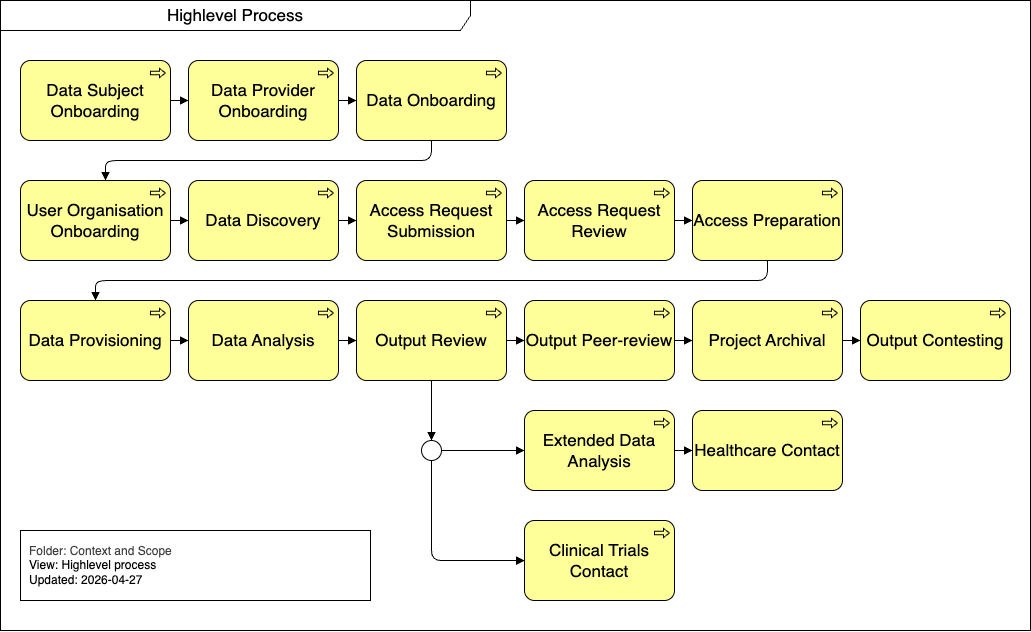
This is docs/assets/highlevel_process.drawio.png from GenomicDataInfrastructure/oneplusmg-reference-architecture, a draw.io export, as it was before one commit. Source tidied: cells renumbered, new cells last; positions are measured from the earlier drawing's top-left corner, leaving out a move shared by most shapes. Its diagram source:
```xml
<mxGraphModel>
  <root>
    <mxCell id="0" />
    <mxCell id="1" parent="0" />
    <mxCell id="2" value="Highlevel Process" style="shape=umlFrame;whiteSpace=wrap;html=1;width=470;fontSize=17;height=30;swimlaneFillColor=#FFFFFF;" parent="1" vertex="1">
      <mxGeometry width="1030" height="630" as="geometry" />
    </mxCell>
    <mxCell id="3" style="edgeStyle=orthogonalEdgeStyle;html=1;jumpStyle=gap;endArrow=block;endFill=1;dashed=1;dashPattern=8 8;" parent="2" edge="1">
      <mxGeometry relative="1" as="geometry">
        <mxPoint x="225" y="127.5" as="targetPoint" />
      </mxGeometry>
    </mxCell>
    <mxCell id="4" style="edgeStyle=orthogonalEdgeStyle;html=1;jumpStyle=gap;endArrow=block;endFill=1;dashed=1;dashPattern=8 8;" parent="2" edge="1">
      <mxGeometry relative="1" as="geometry">
        <mxPoint x="930" y="250.1" as="sourcePoint" />
        <Array as="points">
          <mxPoint x="960" y="250" />
          <mxPoint x="960" y="250" />
        </Array>
      </mxGeometry>
    </mxCell>
    <mxCell id="5" value="&lt;span style=&quot;color: rgb(63, 63, 63); background-color: transparent;&quot;&gt;Folder: Context and Scope&lt;/span&gt;&lt;div&gt;View: Highlevel process&lt;/div&gt;&lt;div&gt;Updated: 2026-04-27&lt;/div&gt;" style="rounded=0;whiteSpace=wrap;html=1;align=left;spacing=9;" parent="2" vertex="1">
      <mxGeometry x="20" y="530" width="350" height="70" as="geometry" />
    </mxCell>
    <mxCell id="6" style="edgeStyle=none;html=1;endArrow=block;endFill=1;" parent="2" edge="1" source="7" target="9">
      <mxGeometry relative="1" as="geometry" />
    </mxCell>
    <mxCell id="7" value="&lt;span style=&quot;color: rgb(0, 0, 0);&quot;&gt;Data Subject Onboarding&lt;/span&gt;" style="html=1;outlineConnect=0;whiteSpace=wrap;fillColor=#ffff99;shape=mxgraph.archimate3.application;appType=proc;archiType=rounded;fontSize=17;" parent="2" vertex="1">
      <mxGeometry x="20" y="60" width="150" height="80" as="geometry" />
    </mxCell>
    <mxCell id="8" style="edgeStyle=none;html=1;endArrow=block;endFill=1;" parent="2" edge="1" source="9" target="10">
      <mxGeometry relative="1" as="geometry" />
    </mxCell>
    <mxCell id="9" value="&lt;span style=&quot;color: rgb(0, 0, 0);&quot;&gt;Data Provider Onboarding&lt;/span&gt;" style="html=1;outlineConnect=0;whiteSpace=wrap;fillColor=#ffff99;shape=mxgraph.archimate3.application;appType=proc;archiType=rounded;fontSize=17;" parent="2" vertex="1">
      <mxGeometry x="188" y="60" width="150" height="80" as="geometry" />
    </mxCell>
    <mxCell id="10" value="&lt;span style=&quot;color: rgb(0, 0, 0);&quot;&gt;Data Onboarding&lt;/span&gt;" style="html=1;outlineConnect=0;whiteSpace=wrap;fillColor=#ffff99;shape=mxgraph.archimate3.application;appType=proc;archiType=rounded;fontSize=17;" parent="2" vertex="1">
      <mxGeometry x="356" y="60" width="150" height="80" as="geometry" />
    </mxCell>
    <mxCell id="11" style="edgeStyle=none;html=1;endArrow=block;endFill=1;" parent="2" edge="1" source="12" target="14">
      <mxGeometry relative="1" as="geometry" />
    </mxCell>
    <mxCell id="12" value="&lt;span style=&quot;color: rgb(0, 0, 0);&quot;&gt;User Organisation Onboarding&lt;/span&gt;" style="html=1;outlineConnect=0;whiteSpace=wrap;fillColor=#ffff99;shape=mxgraph.archimate3.application;appType=proc;archiType=rounded;fontSize=17;" parent="2" vertex="1">
      <mxGeometry x="20" y="180" width="150" height="80" as="geometry" />
    </mxCell>
    <mxCell id="13" style="edgeStyle=none;html=1;endArrow=block;endFill=1;" parent="2" edge="1" source="14" target="16">
      <mxGeometry relative="1" as="geometry" />
    </mxCell>
    <mxCell id="14" value="&lt;span style=&quot;color: rgb(0, 0, 0);&quot;&gt;Data Discovery&lt;/span&gt;" style="html=1;outlineConnect=0;whiteSpace=wrap;fillColor=#ffff99;shape=mxgraph.archimate3.application;appType=proc;archiType=rounded;fontSize=17;" parent="2" vertex="1">
      <mxGeometry x="188" y="180" width="150" height="80" as="geometry" />
    </mxCell>
    <mxCell id="15" style="edgeStyle=none;html=1;endArrow=block;endFill=1;" parent="2" edge="1" source="16" target="18">
      <mxGeometry relative="1" as="geometry" />
    </mxCell>
    <mxCell id="16" value="&lt;span style=&quot;color: rgb(0, 0, 0);&quot;&gt;Access Request Submission&lt;/span&gt;" style="html=1;outlineConnect=0;whiteSpace=wrap;fillColor=#ffff99;shape=mxgraph.archimate3.application;appType=proc;archiType=rounded;fontSize=17;" parent="2" vertex="1">
      <mxGeometry x="356" y="180" width="150" height="80" as="geometry" />
    </mxCell>
    <mxCell id="17" style="edgeStyle=none;html=1;endArrow=block;endFill=1;" parent="2" edge="1" source="18" target="20">
      <mxGeometry relative="1" as="geometry" />
    </mxCell>
    <mxCell id="18" value="&lt;span style=&quot;color: rgb(0, 0, 0);&quot;&gt;Access Request Review&lt;/span&gt;" style="html=1;outlineConnect=0;whiteSpace=wrap;fillColor=#ffff99;shape=mxgraph.archimate3.application;appType=proc;archiType=rounded;fontSize=17;" parent="2" vertex="1">
      <mxGeometry x="524" y="180" width="150" height="80" as="geometry" />
    </mxCell>
    <mxCell id="19" style="edgeStyle=orthogonalEdgeStyle;html=1;endArrow=block;endFill=1;" parent="2" edge="1" source="20" target="22">
      <mxGeometry relative="1" as="geometry">
        <Array as="points">
          <mxPoint x="767" y="280" />
          <mxPoint x="95" y="280" />
        </Array>
      </mxGeometry>
    </mxCell>
    <mxCell id="20" value="&lt;span style=&quot;color: rgb(0, 0, 0);&quot;&gt;Access Preparation&lt;/span&gt;" style="html=1;outlineConnect=0;whiteSpace=wrap;fillColor=#ffff99;shape=mxgraph.archimate3.application;appType=proc;archiType=rounded;fontSize=17;" parent="2" vertex="1">
      <mxGeometry x="692" y="180" width="150" height="80" as="geometry" />
    </mxCell>
    <mxCell id="21" style="edgeStyle=none;html=1;endArrow=block;endFill=1;" parent="2" edge="1" source="22" target="24">
      <mxGeometry relative="1" as="geometry" />
    </mxCell>
    <mxCell id="22" value="&lt;span style=&quot;color: rgb(0, 0, 0);&quot;&gt;Data Provisioning&lt;/span&gt;" style="html=1;outlineConnect=0;whiteSpace=wrap;fillColor=#ffff99;shape=mxgraph.archimate3.application;appType=proc;archiType=rounded;fontSize=17;" parent="2" vertex="1">
      <mxGeometry x="20" y="300" width="150" height="80" as="geometry" />
    </mxCell>
    <mxCell id="23" style="edgeStyle=none;html=1;endArrow=block;endFill=1;" parent="2" edge="1" source="24" target="30">
      <mxGeometry relative="1" as="geometry" />
    </mxCell>
    <mxCell id="24" value="&lt;span style=&quot;color: rgb(0, 0, 0);&quot;&gt;Data Analysis&lt;/span&gt;" style="html=1;outlineConnect=0;whiteSpace=wrap;fillColor=#ffff99;shape=mxgraph.archimate3.application;appType=proc;archiType=rounded;fontSize=17;" parent="2" vertex="1">
      <mxGeometry x="188" y="300" width="150" height="80" as="geometry" />
    </mxCell>
    <mxCell id="25" style="edgeStyle=none;html=1;endArrow=block;endFill=1;" parent="2" edge="1" source="26" target="36">
      <mxGeometry relative="1" as="geometry" />
    </mxCell>
    <mxCell id="26" value="&lt;span style=&quot;color: rgb(0, 0, 0);&quot;&gt;Extended Data Analysis&lt;/span&gt;" style="html=1;outlineConnect=0;whiteSpace=wrap;fillColor=#ffff99;shape=mxgraph.archimate3.application;appType=proc;archiType=rounded;fontSize=17;" parent="2" vertex="1">
      <mxGeometry x="524" y="410" width="150" height="80" as="geometry" />
    </mxCell>
    <mxCell id="27" value="&lt;span style=&quot;color: rgb(0, 0, 0);&quot;&gt;Clinical Trials Contact&lt;/span&gt;" style="html=1;outlineConnect=0;whiteSpace=wrap;fillColor=#ffff99;shape=mxgraph.archimate3.application;appType=proc;archiType=rounded;fontSize=17;" parent="2" vertex="1">
      <mxGeometry x="524" y="520" width="150" height="80" as="geometry" />
    </mxCell>
    <mxCell id="28" style="edgeStyle=none;html=1;endArrow=block;endFill=1;" parent="2" edge="1" source="30" target="32">
      <mxGeometry relative="1" as="geometry" />
    </mxCell>
    <mxCell id="29" style="edgeStyle=none;html=1;endArrow=block;endFill=1;" parent="2" edge="1" source="30" target="40">
      <mxGeometry relative="1" as="geometry" />
    </mxCell>
    <mxCell id="30" value="&lt;span style=&quot;color: rgb(0, 0, 0);&quot;&gt;Output Review&lt;/span&gt;" style="html=1;outlineConnect=0;whiteSpace=wrap;fillColor=#ffff99;shape=mxgraph.archimate3.application;appType=proc;archiType=rounded;fontSize=17;" parent="2" vertex="1">
      <mxGeometry x="356" y="300" width="150" height="80" as="geometry" />
    </mxCell>
    <mxCell id="31" style="edgeStyle=none;html=1;endArrow=block;endFill=1;" parent="2" edge="1" source="32" target="34">
      <mxGeometry relative="1" as="geometry" />
    </mxCell>
    <mxCell id="32" value="&lt;span style=&quot;color: rgb(0, 0, 0);&quot;&gt;Output Peer-review&lt;/span&gt;" style="html=1;outlineConnect=0;whiteSpace=wrap;fillColor=#ffff99;shape=mxgraph.archimate3.application;appType=proc;archiType=rounded;fontSize=17;" parent="2" vertex="1">
      <mxGeometry x="524" y="300" width="150" height="80" as="geometry" />
    </mxCell>
    <mxCell id="33" style="edgeStyle=none;html=1;endArrow=block;endFill=1;" parent="2" edge="1" source="34" target="35">
      <mxGeometry relative="1" as="geometry" />
    </mxCell>
    <mxCell id="34" value="&lt;span style=&quot;color: rgb(0, 0, 0);&quot;&gt;Project Archival&lt;/span&gt;" style="html=1;outlineConnect=0;whiteSpace=wrap;fillColor=#ffff99;shape=mxgraph.archimate3.application;appType=proc;archiType=rounded;fontSize=17;" parent="2" vertex="1">
      <mxGeometry x="692" y="300" width="150" height="80" as="geometry" />
    </mxCell>
    <mxCell id="35" value="&lt;span style=&quot;color: rgb(0, 0, 0);&quot;&gt;Output Contesting&lt;/span&gt;" style="html=1;outlineConnect=0;whiteSpace=wrap;fillColor=#ffff99;shape=mxgraph.archimate3.application;appType=proc;archiType=rounded;fontSize=17;" parent="2" vertex="1">
      <mxGeometry x="860" y="300" width="150" height="80" as="geometry" />
    </mxCell>
    <mxCell id="36" value="&lt;span style=&quot;color: rgb(0, 0, 0);&quot;&gt;Healthcare Contact&lt;/span&gt;" style="html=1;outlineConnect=0;whiteSpace=wrap;fillColor=#ffff99;shape=mxgraph.archimate3.application;appType=proc;archiType=rounded;fontSize=17;" parent="2" vertex="1">
      <mxGeometry x="692" y="410" width="150" height="80" as="geometry" />
    </mxCell>
    <mxCell id="37" style="edgeStyle=orthogonalEdgeStyle;html=1;endArrow=block;endFill=1;" parent="2" edge="1" source="10" target="12">
      <mxGeometry relative="1" as="geometry">
        <Array as="points">
          <mxPoint x="431" y="160" />
          <mxPoint x="105" y="160" />
        </Array>
      </mxGeometry>
    </mxCell>
    <mxCell id="38" style="edgeStyle=none;html=1;endArrow=block;endFill=1;" parent="2" edge="1" source="40" target="26">
      <mxGeometry relative="1" as="geometry" />
    </mxCell>
    <mxCell id="39" style="edgeStyle=orthogonalEdgeStyle;html=1;endArrow=block;endFill=1;" parent="2" edge="1" source="40" target="27">
      <mxGeometry relative="1" as="geometry">
        <Array as="points">
          <mxPoint x="431" y="560" />
        </Array>
      </mxGeometry>
    </mxCell>
    <mxCell id="40" style="ellipse;html=1;verticalLabelPosition=bottom;labelBackgroundColor=#ffffff;verticalAlign=top;fillColor=#ffffff;" parent="2" vertex="1">
      <mxGeometry x="421" y="440" width="20" height="20" as="geometry" />
    </mxCell>
  </root>
</mxGraphModel>
```
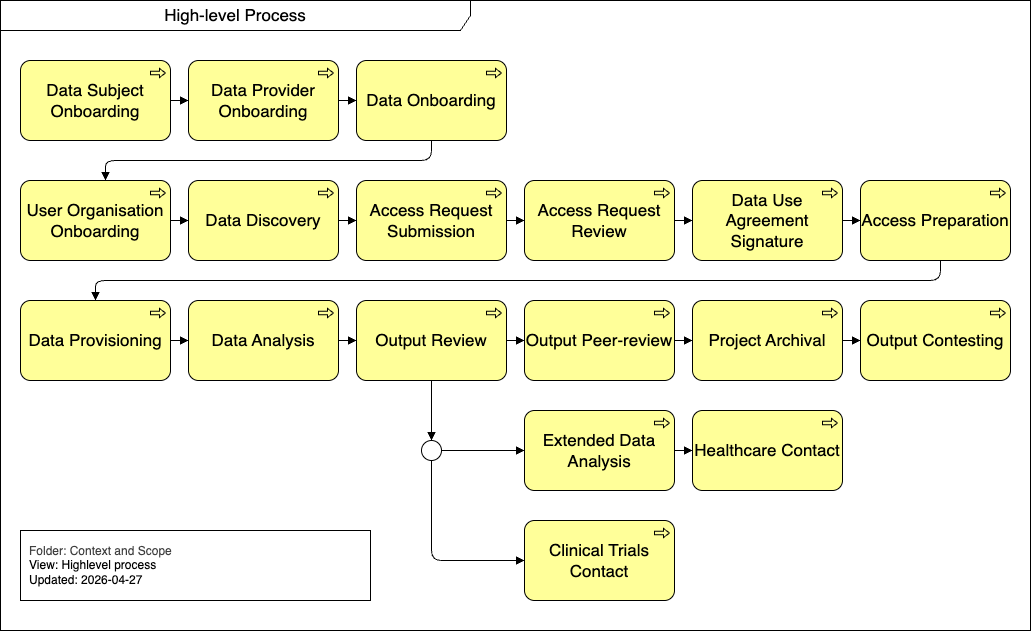
Above is the later version.

What changed in the source:
```diff
@@ -2,7 +2,7 @@
   <root>
     <mxCell id="0" />
     <mxCell id="1" parent="0" />
-    <mxCell id="2" value="Highlevel Process" style="shape=umlFrame;whiteSpace=wrap;html=1;width=470;fontSize=17;height=30;swimlaneFillColor=#FFFFFF;" parent="1" vertex="1">
+    <mxCell id="2" value="High-level Process" style="shape=umlFrame;whiteSpace=wrap;html=1;width=470;fontSize=17;height=30;swimlaneFillColor=#FFFFFF;" parent="1" vertex="1">
       <mxGeometry width="1030" height="630" as="geometry" />
     </mxCell>
     <mxCell id="3" style="edgeStyle=orthogonalEdgeStyle;html=1;jumpStyle=gap;endArrow=block;endFill=1;dashed=1;dashPattern=8 8;" parent="2" edge="1">
@@ -55,7 +55,7 @@
     <mxCell id="16" value="&lt;span style=&quot;color: rgb(0, 0, 0);&quot;&gt;Access Request Submission&lt;/span&gt;" style="html=1;outlineConnect=0;whiteSpace=wrap;fillColor=#ffff99;shape=mxgraph.archimate3.application;appType=proc;archiType=rounded;fontSize=17;" parent="2" vertex="1">
       <mxGeometry x="356" y="180" width="150" height="80" as="geometry" />
     </mxCell>
-    <mxCell id="17" style="edgeStyle=none;html=1;endArrow=block;endFill=1;" parent="2" edge="1" source="18" target="20">
+    <mxCell id="17" style="edgeStyle=none;html=1;endArrow=block;endFill=1;startArrow=none;" parent="2" edge="1" source="41" target="20">
       <mxGeometry relative="1" as="geometry" />
     </mxCell>
     <mxCell id="18" value="&lt;span style=&quot;color: rgb(0, 0, 0);&quot;&gt;Access Request Review&lt;/span&gt;" style="html=1;outlineConnect=0;whiteSpace=wrap;fillColor=#ffff99;shape=mxgraph.archimate3.application;appType=proc;archiType=rounded;fontSize=17;" parent="2" vertex="1">
@@ -64,13 +64,13 @@
     <mxCell id="19" style="edgeStyle=orthogonalEdgeStyle;html=1;endArrow=block;endFill=1;" parent="2" edge="1" source="20" target="22">
       <mxGeometry relative="1" as="geometry">
         <Array as="points">
-          <mxPoint x="767" y="280" />
+          <mxPoint x="940" y="280" />
           <mxPoint x="95" y="280" />
         </Array>
       </mxGeometry>
     </mxCell>
     <mxCell id="20" value="&lt;span style=&quot;color: rgb(0, 0, 0);&quot;&gt;Access Preparation&lt;/span&gt;" style="html=1;outlineConnect=0;whiteSpace=wrap;fillColor=#ffff99;shape=mxgraph.archimate3.application;appType=proc;archiType=rounded;fontSize=17;" parent="2" vertex="1">
-      <mxGeometry x="692" y="180" width="150" height="80" as="geometry" />
+      <mxGeometry x="860" y="180" width="150" height="80" as="geometry" />
     </mxCell>
     <mxCell id="21" style="edgeStyle=none;html=1;endArrow=block;endFill=1;" parent="2" edge="1" source="22" target="24">
       <mxGeometry relative="1" as="geometry" />
@@ -141,5 +141,11 @@
     <mxCell id="40" style="ellipse;html=1;verticalLabelPosition=bottom;labelBackgroundColor=#ffffff;verticalAlign=top;fillColor=#ffffff;" parent="2" vertex="1">
       <mxGeometry x="421" y="440" width="20" height="20" as="geometry" />
     </mxCell>
+    <mxCell id="41" value="&lt;span style=&quot;color: rgb(0, 0, 0);&quot;&gt;Data Use Agreement Signature&lt;/span&gt;" style="html=1;outlineConnect=0;whiteSpace=wrap;fillColor=#ffff99;shape=mxgraph.archimate3.application;appType=proc;archiType=rounded;fontSize=17;" parent="2" vertex="1">
+      <mxGeometry x="692" y="180" width="150" height="80" as="geometry" />
+    </mxCell>
+    <mxCell id="42" style="edgeStyle=none;html=1;endArrow=block;endFill=1;" parent="2" edge="1" source="18" target="41">
+      <mxGeometry relative="1" as="geometry" />
+    </mxCell>
   </root>
 </mxGraphModel>
```
